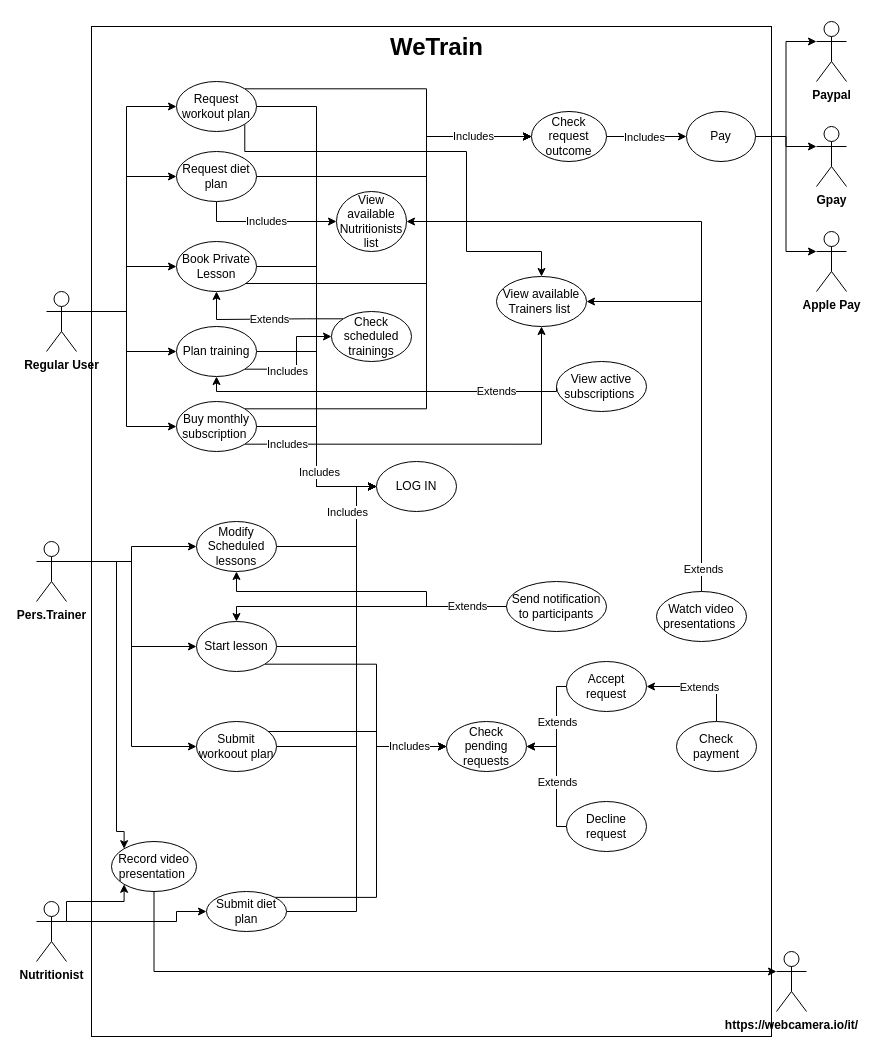
Bobbarello00/WeTrain keeps this draw.io diagram as UCdiagram.drawio. Above is the earlier version. Source tidied: cells renumbered, new cells numbered last; positions are measured from the earlier drawing's top-left corner, leaving out a move shared by most shapes. Both pictures are drawn from the tidied source at 100%, with x=0, y=0 at pixel (-74, 21).
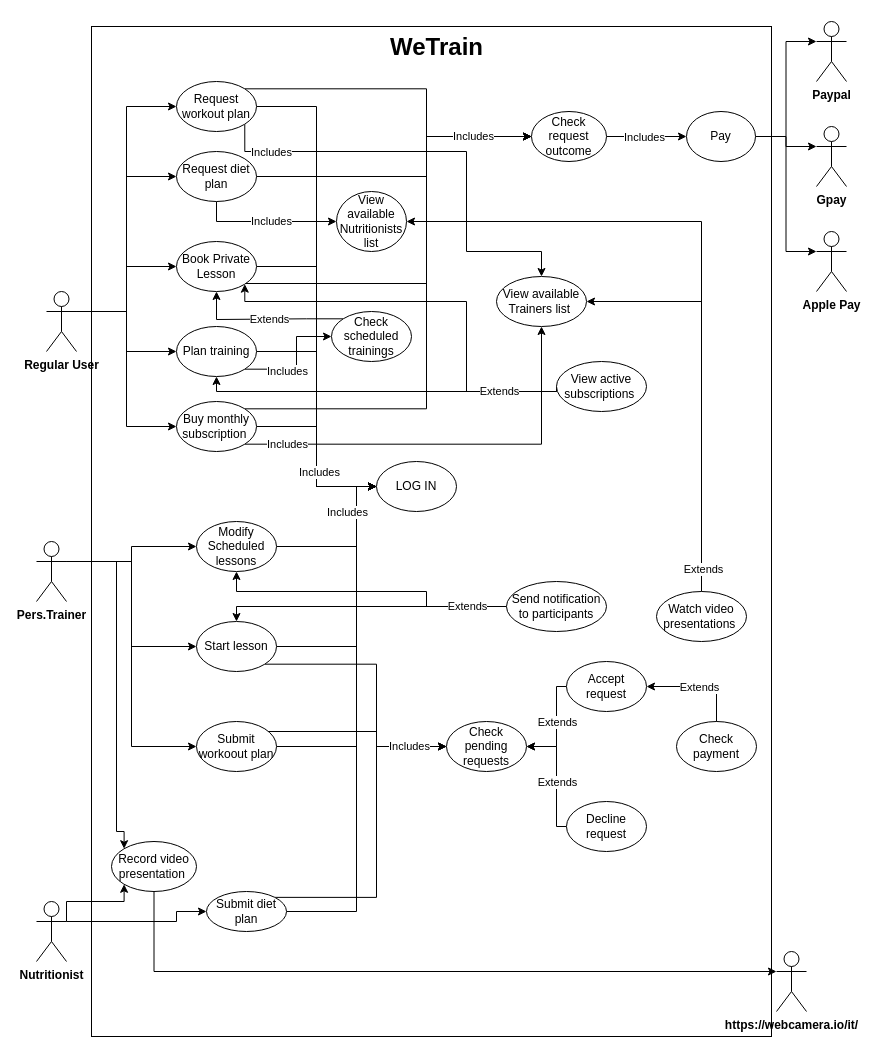
The same diagram, later.

Unchanged cells that the change refers to:
```xml
<mxCell id="20" value="Book Private Lesson" style="ellipse;whiteSpace=wrap;html=1;" parent="1" vertex="1">
  <mxGeometry x="250" y="220" width="80" height="50" as="geometry" />
</mxCell>
<mxCell id="40" style="edgeStyle=orthogonalEdgeStyle;rounded=0;jettySize=auto;html=1;exitX=0.5;exitY=1;exitDx=0;exitDy=0;entryX=0;entryY=0.5;entryDx=0;entryDy=0;" parent="1" edge="1" source="43" target="92">
  <mxGeometry relative="1" as="geometry">
    <Array as="points">
      <mxPoint x="290" y="200" />
    </Array>
  </mxGeometry>
</mxCell>
<mxCell id="58" style="edgeStyle=orthogonalEdgeStyle;rounded=0;jettySize=auto;html=1;exitX=1;exitY=1;exitDx=0;exitDy=0;entryX=0.5;entryY=0;entryDx=0;entryDy=0;" parent="1" edge="1" source="59" target="49">
  <mxGeometry relative="1" as="geometry">
    <Array as="points">
      <mxPoint x="318" y="130" />
      <mxPoint x="540" y="130" />
      <mxPoint x="540" y="230" />
      <mxPoint x="615" y="230" />
    </Array>
  </mxGeometry>
</mxCell>
<mxCell id="68" style="edgeStyle=orthogonalEdgeStyle;rounded=0;jettySize=auto;html=1;exitX=0;exitY=0.5;exitDx=0;exitDy=0;entryX=0.5;entryY=1;entryDx=0;entryDy=0;" parent="1" edge="1" source="70" target="35">
  <mxGeometry relative="1" as="geometry">
    <Array as="points">
      <mxPoint x="630" y="370" />
      <mxPoint x="290" y="370" />
    </Array>
  </mxGeometry>
</mxCell>
<mxCell id="70" value="&lt;div&gt;&lt;span&gt;View active subscriptions&amp;nbsp;&lt;/span&gt;&lt;/div&gt;" style="ellipse;whiteSpace=wrap;html=1;align=center;" parent="1" vertex="1">
  <mxGeometry x="630" y="340" width="90" height="50" as="geometry" />
</mxCell>
```

Diff of the diagram source:
```diff
@@
     <mxCell id="41" value="Includes" style="edgeLabel;html=1;align=center;verticalAlign=middle;" parent="40" vertex="1">
       <mxGeometry x="-0.23" y="-3" relative="1" as="geometry">
-        <mxPoint x="15" y="-4" as="offset" />
+        <mxPoint x="20" y="-4" as="offset" />
       </mxGeometry>
     </mxCell>
@@
+    <mxCell id="94" value="Includes" style="edgeLabel;html=1;align=center;verticalAlign=middle;" parent="58" vertex="1">
+      <mxGeometry x="-0.76" relative="1" as="geometry" />
+    </mxCell>
@@
+    <mxCell id="95" style="edgeStyle=orthogonalEdgeStyle;rounded=0;jettySize=auto;html=1;exitX=0;exitY=0.5;exitDx=0;exitDy=0;entryX=1;entryY=1;entryDx=0;entryDy=0;" parent="1" edge="1" source="70" target="20">
+      <mxGeometry relative="1" as="geometry">
+        <Array as="points">
+          <mxPoint x="630" y="370" />
+          <mxPoint x="540" y="370" />
+          <mxPoint x="540" y="280" />
+          <mxPoint x="318" y="280" />
+        </Array>
+      </mxGeometry>
+    </mxCell>
-    <mxCell id="69" value="Extends" style="edgeLabel;html=1;align=center;verticalAlign=middle;" parent="68" vertex="1">
-      <mxGeometry x="-0.44" y="2" relative="1" as="geometry">
-        <mxPoint x="35" y="-3" as="offset" />
+    <mxCell id="69" value="Extends" style="edgeLabel;html=1;align=center;verticalAlign=middle;" parent="95" vertex="1">
+      <mxGeometry x="-0.7" y="1" relative="1" as="geometry">
+        <mxPoint x="1" y="-2" as="offset" />
       </mxGeometry>
     </mxCell>
```
